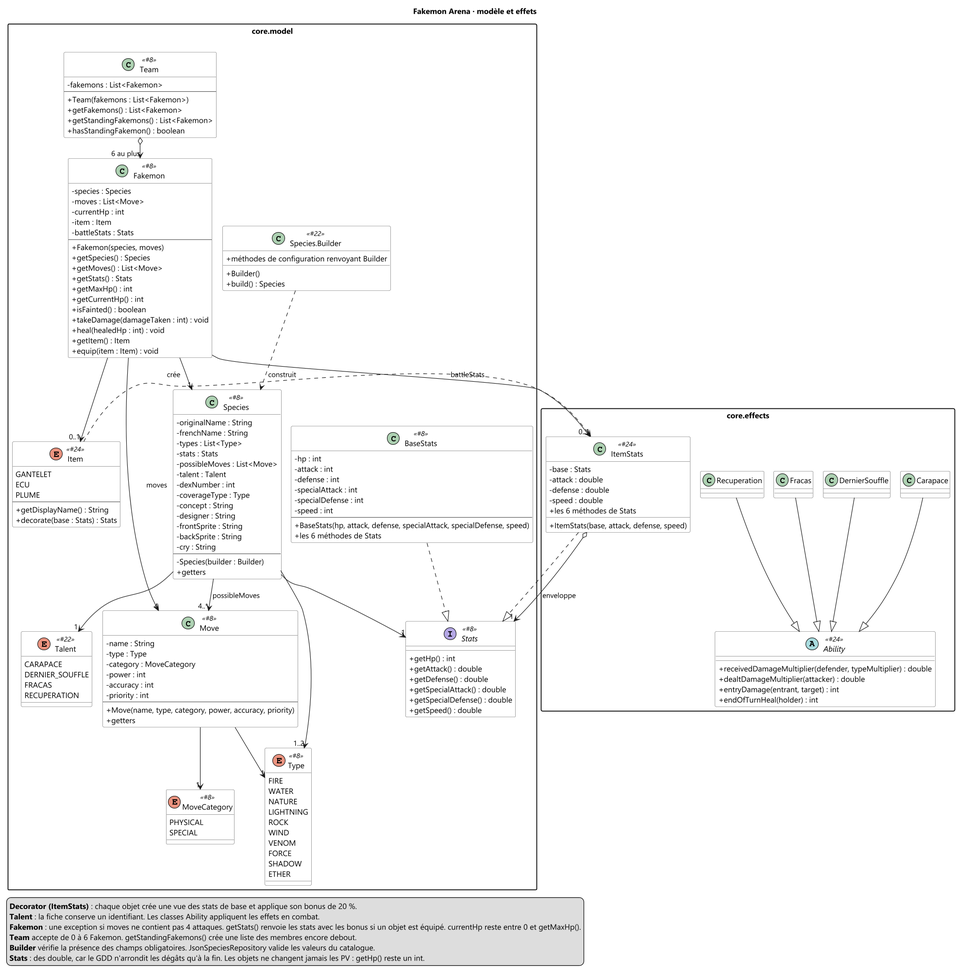
OnerAliCan/fakemon-arena keeps this PlantUML diagram as docs/uml/classes-modele.png. Above is the earlier version. Its source is kept beside it as docs/uml/classes-modele.puml.
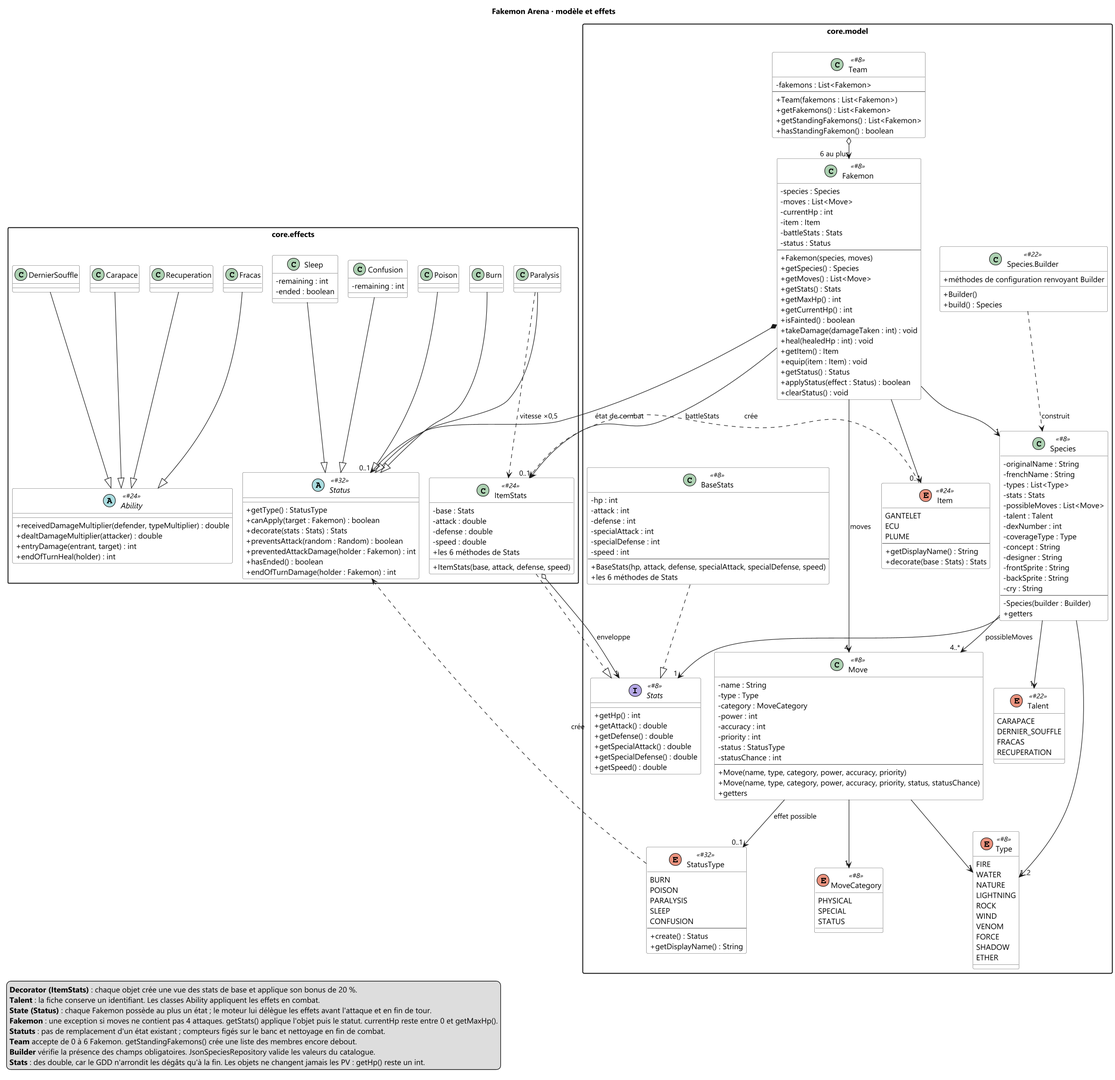
After the change.

What changed in the source:
```diff
@@ -28,6 +28,18 @@
   enum MoveCategory <<#8>> {
     PHYSICAL
     SPECIAL
+    STATUS
+  }
+
+  enum StatusType <<#32>> {
+    BURN
+    POISON
+    PARALYSIS
+    SLEEP
+    CONFUSION
+    --
+    + create() : Status
+    + getDisplayName() : String
   }
 
   class Move <<#8>> {
@@ -37,8 +49,11 @@
     - power : int
     - accuracy : int
     - priority : int
+    - status : StatusType
+    - statusChance : int
     --
     + Move(name, type, category, power, accuracy, priority)
+    + Move(name, type, category, power, accuracy, priority, status, statusChance)
     + getters
   }
 
@@ -94,6 +109,7 @@
     - currentHp : int
     - item : Item
     - battleStats : Stats
+    - status : Status
     --
     + Fakemon(species, moves)
     + getSpecies() : Species
@@ -106,6 +122,9 @@
     + heal(healedHp : int) : void
     + getItem() : Item
     + equip(item : Item) : void
+    + getStatus() : Status
+    + applyStatus(effect : Status) : boolean
+    + clearStatus() : void
   }
 
   class Team <<#8>> {
@@ -135,6 +154,25 @@
 }
 
 package "core.effects" {
+  abstract class Status <<#32>> {
+    + getType() : StatusType
+    + canApply(target : Fakemon) : boolean
+    + decorate(stats : Stats) : Stats
+    + preventsAttack(random : Random) : boolean
+    + preventedAttackDamage(holder : Fakemon) : int
+    + hasEnded() : boolean
+    + endOfTurnDamage(holder : Fakemon) : int
+  }
+  class Burn
+  class Poison
+  class Paralysis
+  class Sleep {
+    - remaining : int
+    - ended : boolean
+  }
+  class Confusion {
+    - remaining : int
+  }
   class ItemStats <<#24>> {
     - base : Stats
     - attack : double
@@ -163,6 +201,13 @@
 DernierSouffle --|> Ability
 Fracas --|> Ability
 Recuperation --|> Ability
+Burn --|> Status
+Poison --|> Status
+Paralysis --|> Status
+Sleep --|> Status
+Confusion --|> Status
+Paralysis ..> ItemStats : vitesse ×0,5
+StatusType ..> Status : crée
 
 SpeciesBuilder ..> Species : construit
 Species --> "1" Stats
@@ -173,14 +218,18 @@
 Fakemon --> "4" Move : moves
 Fakemon --> "0..1" Item
 Fakemon --> "0..1" ItemStats : battleStats
+Fakemon *--> "0..1" Status : état de combat
 Team o--> "6 au plus" Fakemon
 Move --> "1" Type
 Move --> "1" MoveCategory
+Move --> "0..1" StatusType : effet possible
 
 legend bottom left
   <b>Decorator (ItemStats)</b> : chaque objet crée une vue des stats de base et applique son bonus de 20 %.
   <b>Talent</b> : la fiche conserve un identifiant. Les classes Ability appliquent les effets en combat.
-  <b>Fakemon</b> : une exception si moves ne contient pas 4 attaques. getStats() renvoie les stats avec les bonus si un objet est équipé. currentHp reste entre 0 et getMaxHp().
+  <b>State (Status)</b> : chaque Fakemon possède au plus un état ; le moteur lui délègue les effets avant l'attaque et en fin de tour.
+  <b>Fakemon</b> : une exception si moves ne contient pas 4 attaques. getStats() applique l'objet puis le statut. currentHp reste entre 0 et getMaxHp().
+  <b>Statuts</b> : pas de remplacement d'un état existant ; compteurs figés sur le banc et nettoyage en fin de combat.
   <b>Team</b> accepte de 0 à 6 Fakemon. getStandingFakemons() crée une liste des membres encore debout.
   <b>Builder</b> vérifie la présence des champs obligatoires. JsonSpeciesRepository valide les valeurs du catalogue.
   <b>Stats</b> : des double, car le GDD n'arrondit les dégâts qu'à la fin. Les objets ne changent jamais les PV : getHp() reste un int.
```
